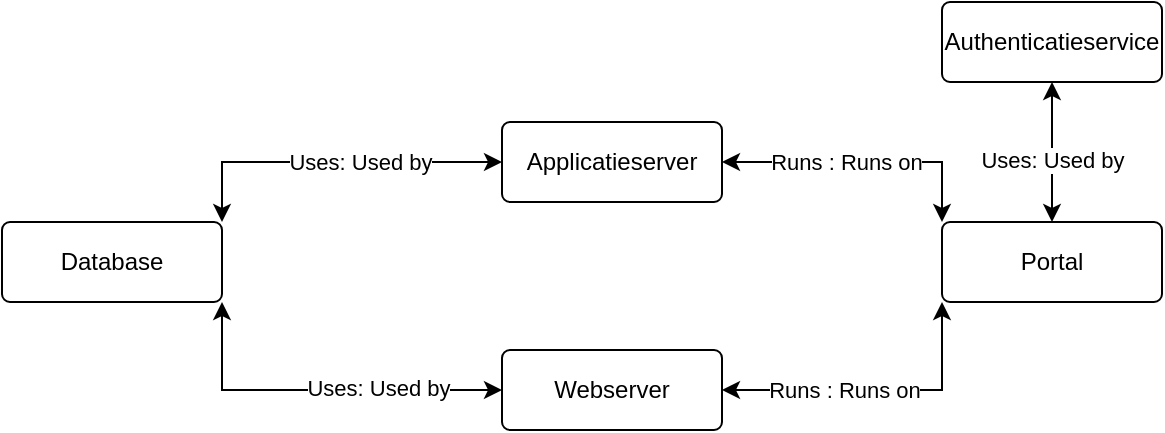
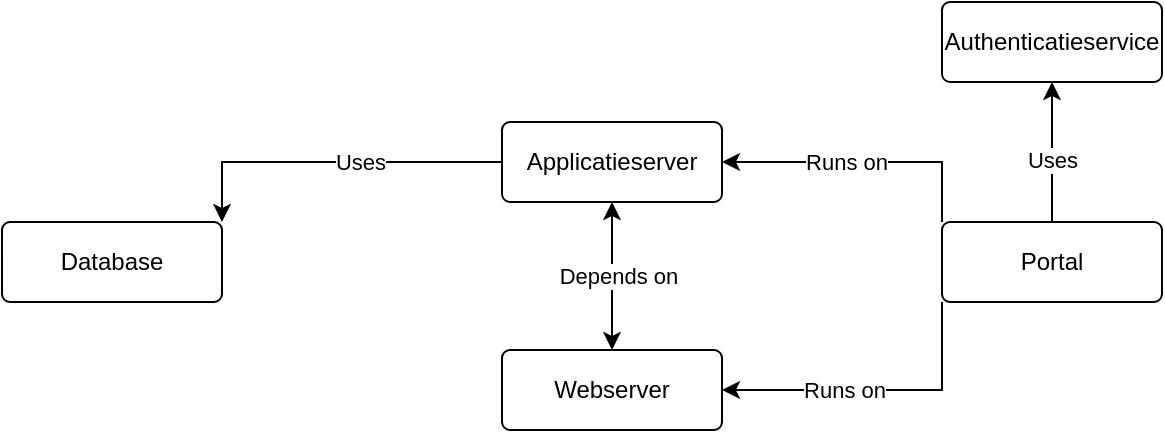
<mxfile host="app.diagrams.net">
  <diagram name="Pagina-1" id="yVWid4ZW9Mo8Y9H_L4QO">
    <mxGraphModel dx="1414" dy="813" grid="1" gridSize="10" guides="1" tooltips="1" connect="1" arrows="1" fold="1" page="1" pageScale="1" pageWidth="1169" pageHeight="827" math="0" shadow="0">
      <root>
        <mxCell id="0" />
        <mxCell id="1" parent="0" />
+         <mxCell id="CXejNOelu1BGChYvx4y1-4" edge="1" parent="1" source="90CfwfbygHwsZxjF5D7Q-1" style="edgeStyle=orthogonalEdgeStyle;rounded=0;orthogonalLoop=1;jettySize=auto;html=1;entryX=0.5;entryY=1;entryDx=0;entryDy=0;startArrow=classic;startFill=1;" target="90CfwfbygHwsZxjF5D7Q-4">
+           <mxGeometry relative="1" as="geometry" />
+         </mxCell>
+         <mxCell id="CXejNOelu1BGChYvx4y1-5" connectable="0" parent="CXejNOelu1BGChYvx4y1-4" style="edgeLabel;html=1;align=center;verticalAlign=middle;resizable=0;points=[];" value="Depends on" vertex="1">
+           <mxGeometry relative="1" y="-3" as="geometry">
+             <mxPoint as="offset" />
+           </mxGeometry>
+         </mxCell>
        <mxCell id="90CfwfbygHwsZxjF5D7Q-1" parent="1" style="rounded=1;arcSize=10;whiteSpace=wrap;html=1;align=center;" value="Webserver" vertex="1">
          <mxGeometry height="40" width="110" x="370" y="394" as="geometry" />
        </mxCell>
-         <mxCell id="90CfwfbygHwsZxjF5D7Q-9" edge="1" parent="1" source="90CfwfbygHwsZxjF5D7Q-2" style="edgeStyle=orthogonalEdgeStyle;rounded=0;orthogonalLoop=1;jettySize=auto;html=1;exitX=1;exitY=0;exitDx=0;exitDy=0;entryX=0;entryY=0.5;entryDx=0;entryDy=0;startArrow=classic;startFill=1;" target="90CfwfbygHwsZxjF5D7Q-4">
+         <mxCell id="90CfwfbygHwsZxjF5D7Q-9" edge="1" parent="1" source="90CfwfbygHwsZxjF5D7Q-2" style="edgeStyle=orthogonalEdgeStyle;rounded=0;orthogonalLoop=1;jettySize=auto;html=1;exitX=1;exitY=0;exitDx=0;exitDy=0;entryX=0;entryY=0.5;entryDx=0;entryDy=0;startArrow=classic;startFill=1;endArrow=none;endFill=0;" target="90CfwfbygHwsZxjF5D7Q-4">
          <mxGeometry relative="1" as="geometry" />
        </mxCell>
-         <mxCell id="90CfwfbygHwsZxjF5D7Q-26" connectable="0" parent="90CfwfbygHwsZxjF5D7Q-9" style="edgeLabel;html=1;align=center;verticalAlign=middle;resizable=0;points=[];" value="Uses: Used by" vertex="1">
+         <mxCell id="90CfwfbygHwsZxjF5D7Q-26" connectable="0" parent="90CfwfbygHwsZxjF5D7Q-9" style="edgeLabel;html=1;align=center;verticalAlign=middle;resizable=0;points=[];" value="Uses" vertex="1">
          <mxGeometry relative="1" x="0.16" y="-2" as="geometry">
            <mxPoint y="-2" as="offset" />
-           </mxGeometry>
-         </mxCell>
-         <mxCell id="90CfwfbygHwsZxjF5D7Q-10" edge="1" parent="1" source="90CfwfbygHwsZxjF5D7Q-2" style="edgeStyle=orthogonalEdgeStyle;rounded=0;orthogonalLoop=1;jettySize=auto;html=1;exitX=1;exitY=1;exitDx=0;exitDy=0;entryX=0;entryY=0.5;entryDx=0;entryDy=0;startArrow=classic;startFill=1;" target="90CfwfbygHwsZxjF5D7Q-1">
-           <mxGeometry relative="1" as="geometry" />
-         </mxCell>
-         <mxCell id="90CfwfbygHwsZxjF5D7Q-27" connectable="0" parent="90CfwfbygHwsZxjF5D7Q-10" style="edgeLabel;html=1;align=center;verticalAlign=middle;resizable=0;points=[];" value="Uses: Used by" vertex="1">
-           <mxGeometry relative="1" x="0.3261" y="1" as="geometry">
-             <mxPoint as="offset" />
          </mxGeometry>
        </mxCell>
        <mxCell id="90CfwfbygHwsZxjF5D7Q-2" parent="1" style="rounded=1;arcSize=10;whiteSpace=wrap;html=1;align=center;" value="Database" vertex="1">
          <mxGeometry height="40" width="110" x="120" y="330" as="geometry" />
        </mxCell>
-         <mxCell id="90CfwfbygHwsZxjF5D7Q-24" edge="1" parent="1" source="90CfwfbygHwsZxjF5D7Q-3" style="edgeStyle=orthogonalEdgeStyle;rounded=0;orthogonalLoop=1;jettySize=auto;html=1;entryX=0.5;entryY=0;entryDx=0;entryDy=0;startArrow=classic;startFill=1;" target="90CfwfbygHwsZxjF5D7Q-5">
+         <mxCell id="90CfwfbygHwsZxjF5D7Q-24" edge="1" parent="1" source="90CfwfbygHwsZxjF5D7Q-3" style="edgeStyle=orthogonalEdgeStyle;rounded=0;orthogonalLoop=1;jettySize=auto;html=1;entryX=0.5;entryY=0;entryDx=0;entryDy=0;startArrow=classic;startFill=1;endArrow=none;endFill=0;" target="90CfwfbygHwsZxjF5D7Q-5">
          <mxGeometry relative="1" as="geometry" />
        </mxCell>
-         <mxCell id="90CfwfbygHwsZxjF5D7Q-25" connectable="0" parent="90CfwfbygHwsZxjF5D7Q-24" style="edgeLabel;html=1;align=center;verticalAlign=middle;resizable=0;points=[];" value="Uses: Used by" vertex="1">
+         <mxCell id="90CfwfbygHwsZxjF5D7Q-25" connectable="0" parent="90CfwfbygHwsZxjF5D7Q-24" style="edgeLabel;html=1;align=center;verticalAlign=middle;resizable=0;points=[];" value="&lt;div&gt;Uses&lt;/div&gt;" vertex="1">
          <mxGeometry relative="1" x="0.1143" as="geometry">
            <mxPoint as="offset" />
          </mxGeometry>
        </mxCell>
        <mxCell id="90CfwfbygHwsZxjF5D7Q-3" parent="1" style="rounded=1;arcSize=10;whiteSpace=wrap;html=1;align=center;" value="Authenticatieservice" vertex="1">
          <mxGeometry height="40" width="110" x="590" y="220" as="geometry" />
        </mxCell>
        <mxCell id="90CfwfbygHwsZxjF5D7Q-4" parent="1" style="rounded=1;arcSize=10;whiteSpace=wrap;html=1;align=center;" value="Applicatieserver" vertex="1">
          <mxGeometry height="40" width="110" x="370" y="280" as="geometry" />
        </mxCell>
-         <mxCell id="90CfwfbygHwsZxjF5D7Q-7" edge="1" parent="1" source="90CfwfbygHwsZxjF5D7Q-5" style="edgeStyle=orthogonalEdgeStyle;rounded=0;orthogonalLoop=1;jettySize=auto;html=1;exitX=0;exitY=1;exitDx=0;exitDy=0;entryX=1;entryY=0.5;entryDx=0;entryDy=0;startArrow=classic;startFill=1;" target="90CfwfbygHwsZxjF5D7Q-1">
+         <mxCell id="90CfwfbygHwsZxjF5D7Q-7" edge="1" parent="1" source="90CfwfbygHwsZxjF5D7Q-5" style="edgeStyle=orthogonalEdgeStyle;rounded=0;orthogonalLoop=1;jettySize=auto;html=1;exitX=0;exitY=1;exitDx=0;exitDy=0;entryX=1;entryY=0.5;entryDx=0;entryDy=0;startArrow=none;startFill=0;" target="90CfwfbygHwsZxjF5D7Q-1">
          <mxGeometry relative="1" as="geometry" />
        </mxCell>
-         <mxCell id="90CfwfbygHwsZxjF5D7Q-20" connectable="0" parent="90CfwfbygHwsZxjF5D7Q-7" style="edgeLabel;html=1;align=center;verticalAlign=middle;resizable=0;points=[];" value="&lt;div&gt;Runs : Runs on&lt;/div&gt;" vertex="1">
+         <mxCell id="90CfwfbygHwsZxjF5D7Q-20" connectable="0" parent="90CfwfbygHwsZxjF5D7Q-7" style="edgeLabel;html=1;align=center;verticalAlign=middle;resizable=0;points=[];" value="&lt;div&gt;Runs on&lt;/div&gt;" vertex="1">
          <mxGeometry relative="1" x="-0.2632" y="3" as="geometry">
            <mxPoint x="-37" y="-3" as="offset" />
          </mxGeometry>
        </mxCell>
-         <mxCell id="90CfwfbygHwsZxjF5D7Q-8" edge="1" parent="1" source="90CfwfbygHwsZxjF5D7Q-5" style="edgeStyle=orthogonalEdgeStyle;rounded=0;orthogonalLoop=1;jettySize=auto;html=1;exitX=0;exitY=0;exitDx=0;exitDy=0;entryX=1;entryY=0.5;entryDx=0;entryDy=0;startArrow=classic;startFill=1;" target="90CfwfbygHwsZxjF5D7Q-4">
+         <mxCell id="90CfwfbygHwsZxjF5D7Q-8" edge="1" parent="1" source="90CfwfbygHwsZxjF5D7Q-5" style="edgeStyle=orthogonalEdgeStyle;rounded=0;orthogonalLoop=1;jettySize=auto;html=1;exitX=0;exitY=0;exitDx=0;exitDy=0;entryX=1;entryY=0.5;entryDx=0;entryDy=0;startArrow=none;startFill=0;endArrow=classic;endFill=1;" target="90CfwfbygHwsZxjF5D7Q-4">
          <mxGeometry relative="1" as="geometry" />
        </mxCell>
-         <mxCell id="90CfwfbygHwsZxjF5D7Q-21" connectable="0" parent="90CfwfbygHwsZxjF5D7Q-8" style="edgeLabel;html=1;align=center;verticalAlign=middle;resizable=0;points=[];" value="&lt;div&gt;Runs : Runs on&lt;/div&gt;" vertex="1">
+         <mxCell id="90CfwfbygHwsZxjF5D7Q-21" connectable="0" parent="90CfwfbygHwsZxjF5D7Q-8" style="edgeLabel;html=1;align=center;verticalAlign=middle;resizable=0;points=[];" value="&lt;div&gt;Runs on&lt;/div&gt;" vertex="1">
          <mxGeometry relative="1" x="0.12" as="geometry">
            <mxPoint as="offset" />
          </mxGeometry>
        </mxCell>
        <mxCell id="90CfwfbygHwsZxjF5D7Q-5" parent="1" style="rounded=1;arcSize=10;whiteSpace=wrap;html=1;align=center;" value="&lt;div&gt;Portal&lt;/div&gt;" vertex="1">
          <mxGeometry height="40" width="110" x="590" y="330" as="geometry" />
        </mxCell>
      </root>
    </mxGraphModel>
  </diagram>
</mxfile>
